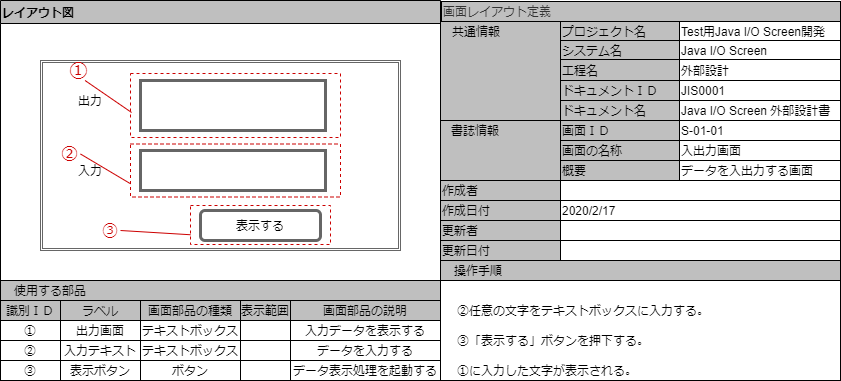
rika-9240/boilerplate keeps this draw.io diagram as path/Screen layout.png. Above is the earlier version. Source tidied: cells renumbered, new cells last; positions are measured from the earlier drawing's top-left corner, leaving out a move shared by most shapes.
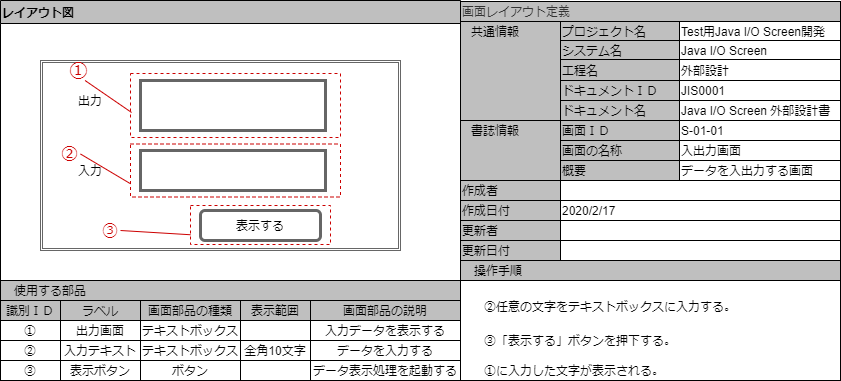
The same diagram one commit later.

Commit message:
追加された Screen layout.png

The edit, as a diff of the source:
```diff
@@ -3,7 +3,7 @@
     <mxCell id="0" />
     <mxCell id="1" parent="0" />
     <mxCell id="2" value="レイアウト図" style="swimlane;glass=0;strokeColor=#000000;fillColor=#BFBFBF;align=left;" parent="1" vertex="1">
-      <mxGeometry width="440" height="280" as="geometry" />
+      <mxGeometry width="460" height="280" as="geometry" />
     </mxCell>
     <mxCell id="3" style="shape=ext;double=1;rounded=0;whiteSpace=wrap;html=1;glass=0;opacity=60;align=left;" parent="2" vertex="1">
       <mxGeometry x="40" y="60" width="360" height="190" as="geometry" />
@@ -51,13 +51,13 @@
       <mxGeometry relative="1" as="geometry" />
     </mxCell>
     <mxCell id="18" value="画面レイアウト定義" style="rounded=0;whiteSpace=wrap;html=1;glass=0;strokeColor=#000000;strokeWidth=1;fillColor=#BFBFBF;align=left;fontColor=#333333;" parent="1" vertex="1">
-      <mxGeometry x="441" y="1" width="399" height="20" as="geometry" />
+      <mxGeometry x="460" y="1" width="380" height="20" as="geometry" />
     </mxCell>
     <mxCell id="19" style="rounded=0;whiteSpace=wrap;html=1;glass=0;strokeColor=#000000;strokeWidth=1;fillColor=#BFBFBF;align=left;" parent="1" vertex="1">
-      <mxGeometry x="440" y="21" width="120" height="99" as="geometry" />
+      <mxGeometry x="460" y="21" width="100" height="99" as="geometry" />
     </mxCell>
     <mxCell id="20" value="共通情報" style="text;html=1;strokeColor=none;fillColor=none;align=center;verticalAlign=middle;whiteSpace=wrap;rounded=0;glass=0;" parent="1" vertex="1">
-      <mxGeometry x="441" y="21" width="70" height="20" as="geometry" />
+      <mxGeometry x="460" y="21" width="70" height="20" as="geometry" />
     </mxCell>
     <mxCell id="21" value="プロジェクト名" style="rounded=0;whiteSpace=wrap;html=1;glass=0;strokeColor=#000000;strokeWidth=1;fillColor=#BFBFBF;align=left;" parent="1" vertex="1">
       <mxGeometry x="560" y="21" width="119" height="19" as="geometry" />
@@ -69,10 +69,10 @@
       <mxGeometry x="560" y="59" width="119" height="21" as="geometry" />
     </mxCell>
     <mxCell id="24" style="rounded=0;whiteSpace=wrap;html=1;glass=0;strokeColor=#000000;strokeWidth=1;fillColor=#BFBFBF;align=left;" parent="1" vertex="1">
-      <mxGeometry x="440" y="120" width="120" height="60" as="geometry" />
+      <mxGeometry x="460" y="120" width="100" height="60" as="geometry" />
     </mxCell>
     <mxCell id="25" value="書誌情報" style="text;html=1;strokeColor=none;fillColor=none;align=center;verticalAlign=middle;whiteSpace=wrap;rounded=0;glass=0;" parent="1" vertex="1">
-      <mxGeometry x="440" y="120" width="70" height="20" as="geometry" />
+      <mxGeometry x="460" y="120" width="70" height="20" as="geometry" />
     </mxCell>
     <mxCell id="26" value="ドキュメントＩＤ" style="rounded=0;whiteSpace=wrap;html=1;glass=0;strokeColor=#000000;strokeWidth=1;fillColor=#BFBFBF;align=left;" parent="1" vertex="1">
       <mxGeometry x="560" y="80" width="119" height="20" as="geometry" />
@@ -114,16 +114,16 @@
       <mxGeometry x="679" y="160" width="161" height="20" as="geometry" />
     </mxCell>
     <mxCell id="39" value="作成者" style="rounded=0;whiteSpace=wrap;html=1;glass=0;strokeColor=#000000;strokeWidth=1;fillColor=#BFBFBF;align=left;" parent="1" vertex="1">
-      <mxGeometry x="440" y="180" width="120" height="20" as="geometry" />
+      <mxGeometry x="460" y="180" width="100" height="20" as="geometry" />
     </mxCell>
     <mxCell id="40" value="作成日付" style="rounded=0;whiteSpace=wrap;html=1;glass=0;strokeColor=#000000;strokeWidth=1;fillColor=#BFBFBF;align=left;" parent="1" vertex="1">
-      <mxGeometry x="440" y="200" width="120" height="20" as="geometry" />
+      <mxGeometry x="460" y="200" width="100" height="20" as="geometry" />
     </mxCell>
     <mxCell id="41" value="更新者" style="rounded=0;whiteSpace=wrap;html=1;glass=0;strokeColor=#000000;strokeWidth=1;fillColor=#BFBFBF;align=left;" parent="1" vertex="1">
-      <mxGeometry x="440" y="220" width="120" height="20" as="geometry" />
+      <mxGeometry x="460" y="220" width="100" height="20" as="geometry" />
     </mxCell>
     <mxCell id="42" value="更新日付" style="rounded=0;whiteSpace=wrap;html=1;glass=0;strokeColor=#000000;strokeWidth=1;fillColor=#BFBFBF;align=left;" parent="1" vertex="1">
-      <mxGeometry x="440" y="240" width="120" height="20" as="geometry" />
+      <mxGeometry x="460" y="240" width="100" height="20" as="geometry" />
     </mxCell>
     <mxCell id="43" style="rounded=0;whiteSpace=wrap;html=1;glass=0;strokeWidth=1;align=left;" parent="1" vertex="1">
       <mxGeometry x="560" y="180" width="280" height="20" as="geometry" />
@@ -138,10 +138,10 @@
       <mxGeometry x="560" y="240" width="280" height="20" as="geometry" />
     </mxCell>
     <mxCell id="47" value="　使用する部品" style="rounded=0;whiteSpace=wrap;html=1;glass=0;strokeColor=#000000;strokeWidth=1;fillColor=#BFBFBF;fontColor=#000000;align=left;" parent="1" vertex="1">
-      <mxGeometry y="280" width="440" height="20" as="geometry" />
+      <mxGeometry y="280" width="460" height="20" as="geometry" />
     </mxCell>
     <mxCell id="48" value="　操作手順" style="rounded=0;whiteSpace=wrap;html=1;glass=0;strokeColor=#000000;strokeWidth=1;fillColor=#BFBFBF;fontColor=#000000;align=left;" parent="1" vertex="1">
-      <mxGeometry x="440" y="260" width="400" height="20" as="geometry" />
+      <mxGeometry x="460" y="260" width="380" height="20" as="geometry" />
     </mxCell>
     <mxCell id="49" value="識別ＩＤ" style="rounded=0;whiteSpace=wrap;html=1;glass=0;strokeColor=#000000;strokeWidth=1;fillColor=#BFBFBF;fontColor=#000000;align=center;" parent="1" vertex="1">
       <mxGeometry y="300" width="60" height="20" as="geometry" />
@@ -150,10 +150,10 @@
       <mxGeometry x="60" y="300" width="80" height="20" as="geometry" />
     </mxCell>
     <mxCell id="51" value="表示範囲" style="rounded=0;whiteSpace=wrap;html=1;glass=0;strokeColor=#000000;strokeWidth=1;fillColor=#BFBFBF;fontColor=#000000;align=center;" parent="1" vertex="1">
-      <mxGeometry x="240" y="300" width="50" height="20" as="geometry" />
+      <mxGeometry x="240" y="300" width="70" height="20" as="geometry" />
     </mxCell>
     <mxCell id="52" value="画面部品の説明" style="rounded=0;whiteSpace=wrap;html=1;glass=0;strokeColor=#000000;strokeWidth=1;fillColor=#BFBFBF;fontColor=#000000;align=center;" parent="1" vertex="1">
-      <mxGeometry x="290" y="300" width="150" height="20" as="geometry" />
+      <mxGeometry x="310" y="300" width="150" height="20" as="geometry" />
     </mxCell>
     <mxCell id="53" value="画面部品の種類" style="rounded=0;whiteSpace=wrap;html=1;glass=0;strokeColor=#000000;strokeWidth=1;fillColor=#BFBFBF;fontColor=#000000;align=center;" parent="1" vertex="1">
       <mxGeometry x="140" y="300" width="100" height="20" as="geometry" />
@@ -186,34 +186,34 @@
       <mxGeometry x="140" y="360" width="100" height="20" as="geometry" />
     </mxCell>
     <mxCell id="63" style="rounded=0;whiteSpace=wrap;html=1;glass=0;strokeWidth=1;align=center;" parent="1" vertex="1">
-      <mxGeometry x="240" y="320" width="50" height="20" as="geometry" />
+      <mxGeometry x="240" y="320" width="70" height="20" as="geometry" />
     </mxCell>
-    <mxCell id="64" style="rounded=0;whiteSpace=wrap;html=1;glass=0;strokeWidth=1;align=center;" parent="1" vertex="1">
-      <mxGeometry x="240" y="340" width="50" height="20" as="geometry" />
+    <mxCell id="64" value="全角10文字" style="rounded=0;whiteSpace=wrap;html=1;glass=0;strokeWidth=1;align=center;" parent="1" vertex="1">
+      <mxGeometry x="240" y="340" width="70" height="20" as="geometry" />
     </mxCell>
     <mxCell id="65" style="rounded=0;whiteSpace=wrap;html=1;glass=0;strokeWidth=1;align=center;" parent="1" vertex="1">
-      <mxGeometry x="240" y="360" width="50" height="20" as="geometry" />
+      <mxGeometry x="240" y="360" width="70" height="20" as="geometry" />
     </mxCell>
     <mxCell id="66" value="入力データを表示する" style="rounded=0;whiteSpace=wrap;html=1;glass=0;strokeWidth=1;align=center;" parent="1" vertex="1">
-      <mxGeometry x="290" y="320" width="150" height="20" as="geometry" />
+      <mxGeometry x="310" y="320" width="150" height="20" as="geometry" />
     </mxCell>
     <mxCell id="67" value="データを入力する" style="rounded=0;whiteSpace=wrap;html=1;glass=0;strokeWidth=1;align=center;" parent="1" vertex="1">
-      <mxGeometry x="290" y="340" width="150" height="20" as="geometry" />
+      <mxGeometry x="310" y="340" width="150" height="20" as="geometry" />
     </mxCell>
     <mxCell id="68" value="データ表示処理を起動する" style="rounded=0;whiteSpace=wrap;html=1;glass=0;strokeWidth=1;align=center;" parent="1" vertex="1">
-      <mxGeometry x="290" y="360" width="150" height="20" as="geometry" />
+      <mxGeometry x="310" y="360" width="150" height="20" as="geometry" />
     </mxCell>
     <mxCell id="69" value="②任意の文字をテキストボックスに入力する。" style="text;html=1;strokeColor=none;fillColor=none;align=left;verticalAlign=middle;whiteSpace=wrap;rounded=0;glass=0;fontColor=#000000;" parent="1" vertex="1">
-      <mxGeometry x="455" y="300" width="345" height="20" as="geometry" />
+      <mxGeometry x="482" y="296" width="345" height="20" as="geometry" />
     </mxCell>
     <mxCell id="70" value="③「表示する」ボタンを押下する。" style="text;html=1;strokeColor=none;fillColor=none;align=left;verticalAlign=middle;whiteSpace=wrap;rounded=0;glass=0;fontColor=#000000;" parent="1" vertex="1">
-      <mxGeometry x="455" y="330" width="345" height="20" as="geometry" />
+      <mxGeometry x="482" y="330" width="345" height="20" as="geometry" />
     </mxCell>
     <mxCell id="71" value="①に入力した文字が表示される。" style="text;html=1;strokeColor=none;fillColor=none;align=left;verticalAlign=middle;whiteSpace=wrap;rounded=0;glass=0;fontColor=#000000;" parent="1" vertex="1">
-      <mxGeometry x="455" y="360" width="345" height="20" as="geometry" />
+      <mxGeometry x="482" y="360" width="345" height="20" as="geometry" />
     </mxCell>
     <mxCell id="72" style="rounded=0;whiteSpace=wrap;html=1;glass=0;strokeColor=#000000;strokeWidth=1;fillColor=none;fontColor=#000000;align=center;" parent="1" vertex="1">
-      <mxGeometry x="440" y="280" width="400" height="100" as="geometry" />
+      <mxGeometry x="460" y="280" width="380" height="100" as="geometry" />
     </mxCell>
   </root>
 </mxGraphModel>
```
